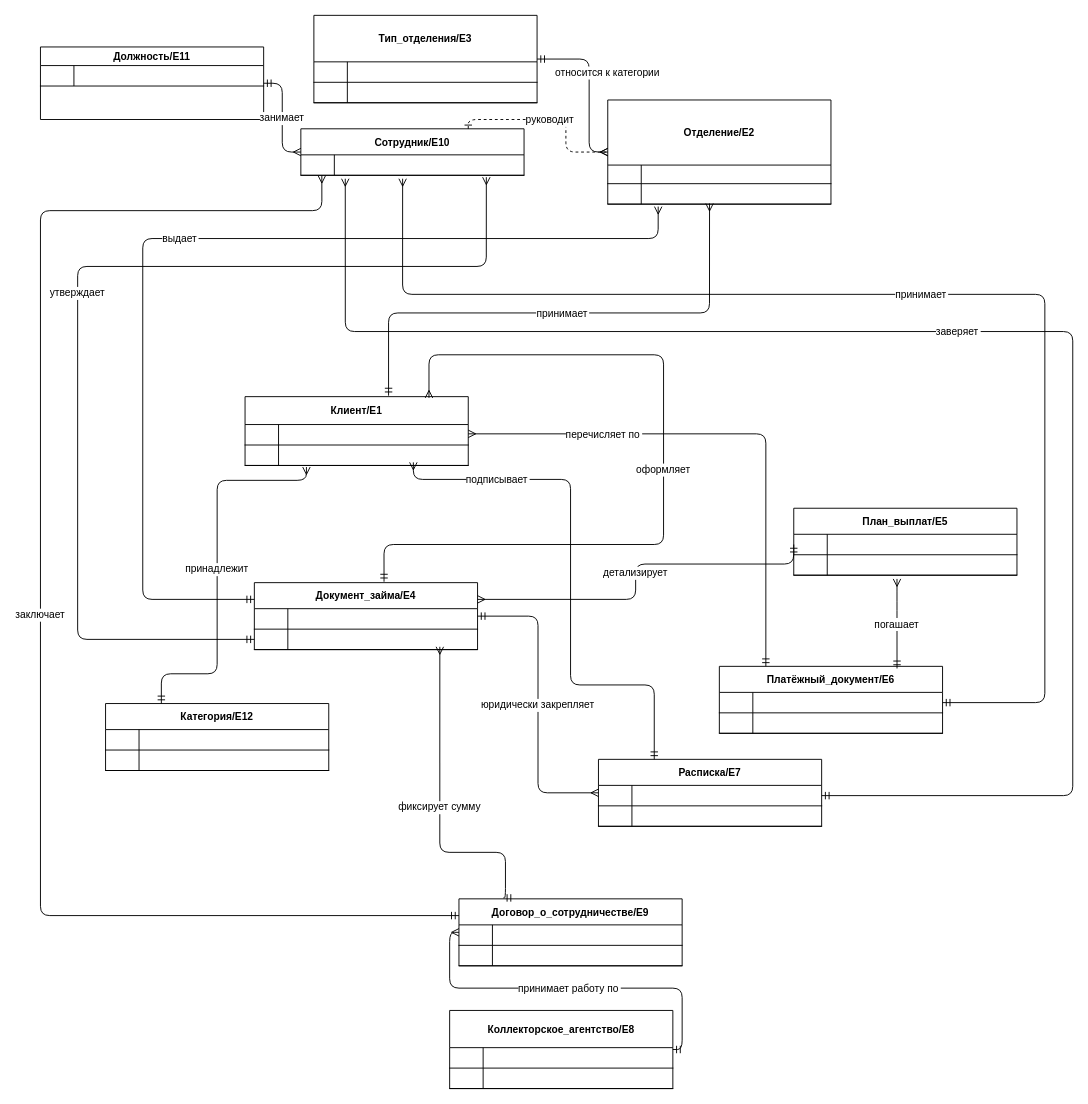
Earlier version of the draw.io diagram er.drawio (mihasik258/loans-are-fast-and-cheap). Source tidied: cells renumbered, new cells numbered last; positions are measured from the earlier drawing's top-left corner, leaving out a move shared by most shapes. Both pictures are drawn from the tidied source at 93%, with x=0, y=0 at pixel (40, 15).
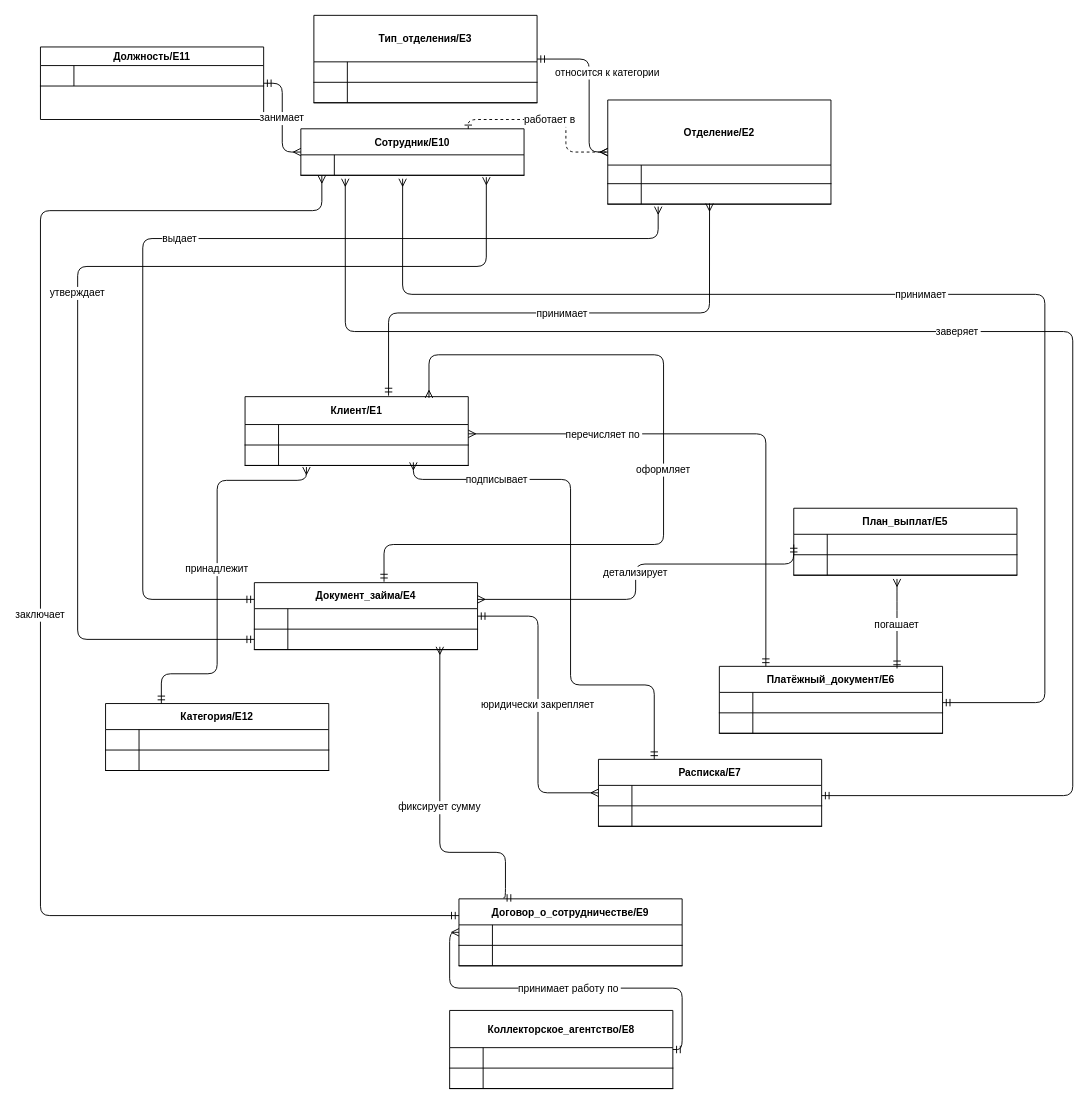
After the change.

Unchanged cells that the change refers to:
```xml
<mxCell id="9" value="Отделение/E2" style="shape=table;startSize=70;childLayout=tableLayout;rowLines=0;fontStyle=1;align=center;fontSize=11;" parent="1" vertex="1">
  <mxGeometry x="610" y="91" width="240" height="112" as="geometry" />
</mxCell>
<mxCell id="65" value="Сотрудник/E10" style="shape=table;startSize=28;childLayout=tableLayout;rowLines=0;fontStyle=1;align=center;fontSize=11;" parent="1" vertex="1">
  <mxGeometry x="280" y="122" width="240" height="50" as="geometry" />
</mxCell>
```

The edit, as a diff of the source:
```diff
@@
-    <mxCell id="77" value="руководит" style="endArrow=ERmany;startArrow=ERone;entryX=0;entryY=0.5;edgeStyle=orthogonalEdgeStyle;dashed=1;exitX=0.75;exitY=0;exitDx=0;exitDy=0;" parent="1" edge="1" source="65" target="9">
+    <mxCell id="77" value="работает в" style="endArrow=ERmany;startArrow=ERone;entryX=0;entryY=0.5;edgeStyle=orthogonalEdgeStyle;dashed=1;exitX=0.75;exitY=0;exitDx=0;exitDy=0;" parent="1" edge="1" source="65" target="9">
       <mxGeometry relative="1" as="geometry" />
     </mxCell>
```
